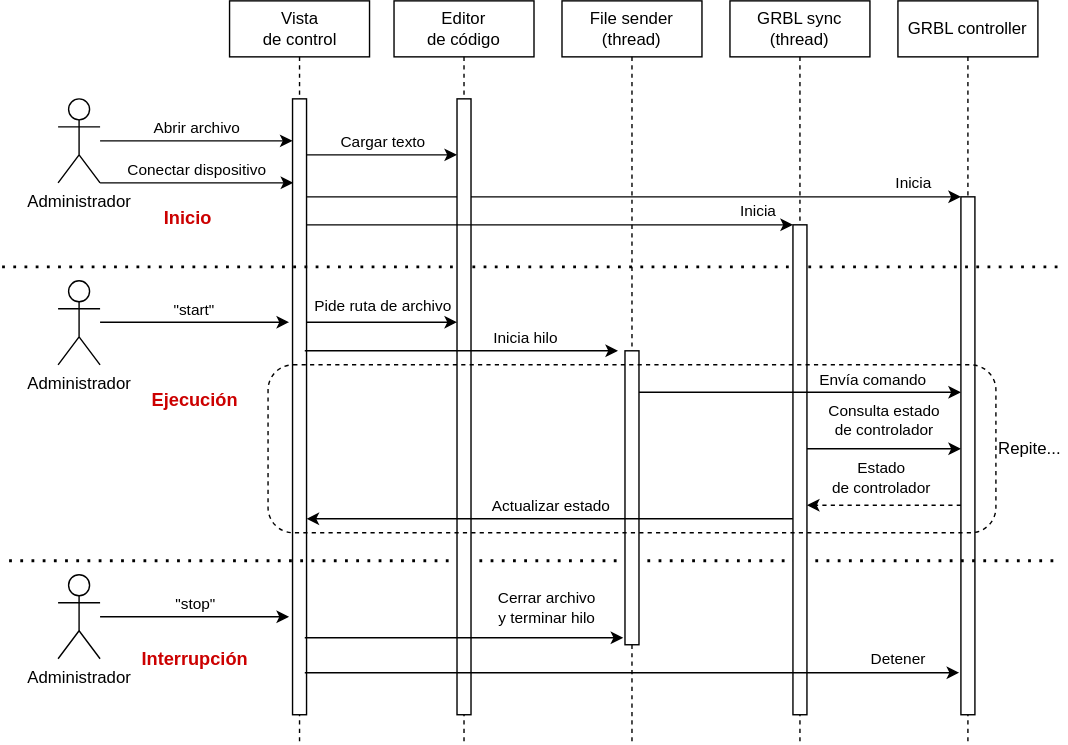
Above: docs/design/sequence/control_view_send_file.drawio.svg in Leandro-Bertoluzzi/remote-cnc (draw.io), before the change. Source tidied: cells renumbered, new cells last; positions are measured from the earlier drawing's top-left corner, leaving out a move shared by most shapes.
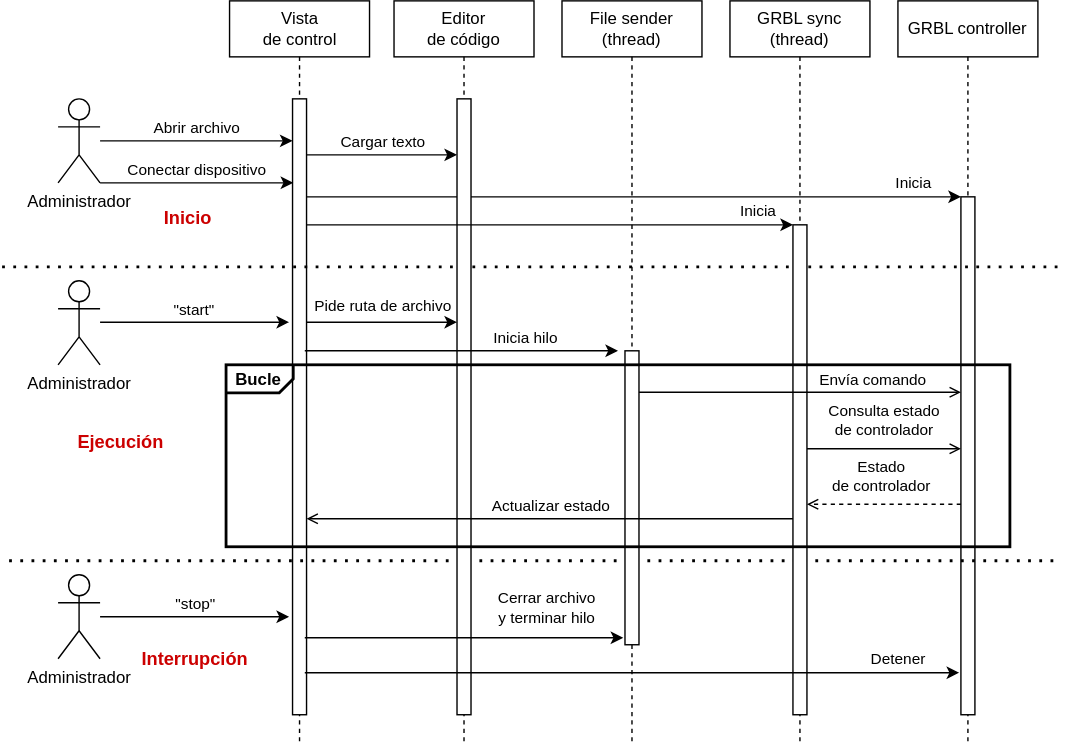
Later version of the same file.

Change to the diagram source:
```diff
@@ -39,7 +39,7 @@
     <mxCell id="9" style="html=1;points=[];perimeter=orthogonalPerimeter;outlineConnect=0;targetShapes=umlLifeline;portConstraint=eastwest;newEdgeStyle={&quot;edgeStyle&quot;:&quot;elbowEdgeStyle&quot;,&quot;elbow&quot;:&quot;vertical&quot;,&quot;curved&quot;:0,&quot;rounded&quot;:0};" parent="8" vertex="1">
       <mxGeometry x="45" y="140" width="10" height="370" as="geometry" />
     </mxCell>
-    <mxCell id="10" style="edgeStyle=elbowEdgeStyle;rounded=0;orthogonalLoop=1;jettySize=auto;html=1;elbow=vertical;curved=0;" parent="1" edge="1">
+    <mxCell id="10" style="edgeStyle=elbowEdgeStyle;rounded=0;orthogonalLoop=1;jettySize=auto;html=1;elbow=vertical;curved=0;endArrow=open;endFill=0;" parent="1" edge="1">
       <mxGeometry relative="1" as="geometry">
         <mxPoint x="575" y="320" as="sourcePoint" />
         <mxPoint x="685" y="320" as="targetPoint" />
@@ -53,7 +53,7 @@
         <mxPoint x="8" y="-21" as="offset" />
       </mxGeometry>
     </mxCell>
-    <mxCell id="12" style="edgeStyle=elbowEdgeStyle;rounded=0;jettySize=auto;html=1;elbow=vertical;curved=0;dashed=1;" parent="1" edge="1" source="9">
+    <mxCell id="12" style="edgeStyle=elbowEdgeStyle;rounded=0;jettySize=auto;html=1;elbow=vertical;curved=0;dashed=1;endArrow=open;endFill=0;" parent="1" edge="1" source="9">
       <mxGeometry relative="1" as="geometry">
         <mxPoint x="575" y="360" as="targetPoint" />
       </mxGeometry>
@@ -79,7 +79,7 @@
       <mxGeometry x="102.5" y="140" width="60" height="30" as="geometry" />
     </mxCell>
     <mxCell id="17" value="&lt;font color=&quot;#cc0000&quot;&gt;&lt;b&gt;Ejecución&lt;/b&gt;&lt;/font&gt;" style="text;html=1;strokeColor=none;fillColor=none;align=center;verticalAlign=middle;whiteSpace=wrap;rounded=0;fontSize=13;" parent="1" vertex="1">
-      <mxGeometry x="102.5" y="270" width="70" height="30" as="geometry" />
+      <mxGeometry x="50" y="300" width="70" height="30" as="geometry" />
     </mxCell>
     <mxCell id="18" value="&lt;font color=&quot;#cc0000&quot;&gt;&lt;b&gt;Interrupción&lt;/b&gt;&lt;/font&gt;" style="text;html=1;strokeColor=none;fillColor=none;align=center;verticalAlign=middle;whiteSpace=wrap;rounded=0;fontSize=13;" parent="1" vertex="1">
       <mxGeometry x="92.5" y="455" width="90" height="30" as="geometry" />
@@ -168,21 +168,18 @@
         <mxPoint x="440" y="250" as="targetPoint" />
       </mxGeometry>
     </mxCell>
-    <mxCell id="35" value="Actualizar estado" style="endArrow=classic;html=1;rounded=0;labelPosition=center;verticalLabelPosition=top;align=center;verticalAlign=bottom;" parent="1" edge="1">
+    <mxCell id="35" value="Actualizar estado" style="endArrow=open;html=1;rounded=0;labelPosition=center;verticalLabelPosition=top;align=center;verticalAlign=bottom;endFill=0;" parent="1" edge="1">
       <mxGeometry relative="1" as="geometry">
         <mxPoint x="565" y="370" as="sourcePoint" />
         <mxPoint x="217.5" y="370" as="targetPoint" />
       </mxGeometry>
     </mxCell>
-    <mxCell id="36" value="&amp;nbsp;&amp;nbsp;&amp;nbsp; Envía comando" style="endArrow=classic;html=1;rounded=0;labelPosition=right;verticalLabelPosition=top;align=left;verticalAlign=bottom;labelBackgroundColor=none;" parent="1" edge="1">
+    <mxCell id="36" value="&amp;nbsp;&amp;nbsp;&amp;nbsp; Envía comando" style="endArrow=open;html=1;rounded=0;labelPosition=right;verticalLabelPosition=top;align=left;verticalAlign=bottom;labelBackgroundColor=none;endFill=0;" parent="1" edge="1">
       <mxGeometry relative="1" as="geometry">
         <mxPoint x="455" y="279.7" as="sourcePoint" />
         <mxPoint x="685" y="279.7" as="targetPoint" />
       </mxGeometry>
     </mxCell>
-    <mxCell id="37" value="Repite..." style="rounded=1;whiteSpace=wrap;html=1;fillColor=none;dashed=1;labelPosition=right;verticalLabelPosition=middle;align=left;verticalAlign=middle;" parent="1" vertex="1">
-      <mxGeometry x="190" y="260" width="520" height="120" as="geometry" />
-    </mxCell>
     <mxCell id="38" style="edgeStyle=elbowEdgeStyle;rounded=0;orthogonalLoop=1;jettySize=auto;html=1;elbow=vertical;curved=0;labelPosition=right;verticalLabelPosition=top;align=left;verticalAlign=bottom;" parent="1" edge="1">
       <mxGeometry relative="1" as="geometry">
         <mxPoint x="216.2" y="480" as="sourcePoint" />
@@ -208,5 +205,8 @@
         <mxPoint x="9" y="-1" as="offset" />
       </mxGeometry>
     </mxCell>
+    <mxCell id="42" value="Bucle" style="fillColor=none;html=1;shape=mxgraph.sysml.package;labelX=48;fontStyle=1;align=left;verticalAlign=top;spacingLeft=5;spacingTop=-3;strokeWidth=2;" parent="1" vertex="1">
+      <mxGeometry x="160" y="260" width="560" height="130" as="geometry" />
+    </mxCell>
   </root>
 </mxGraphModel>
```
